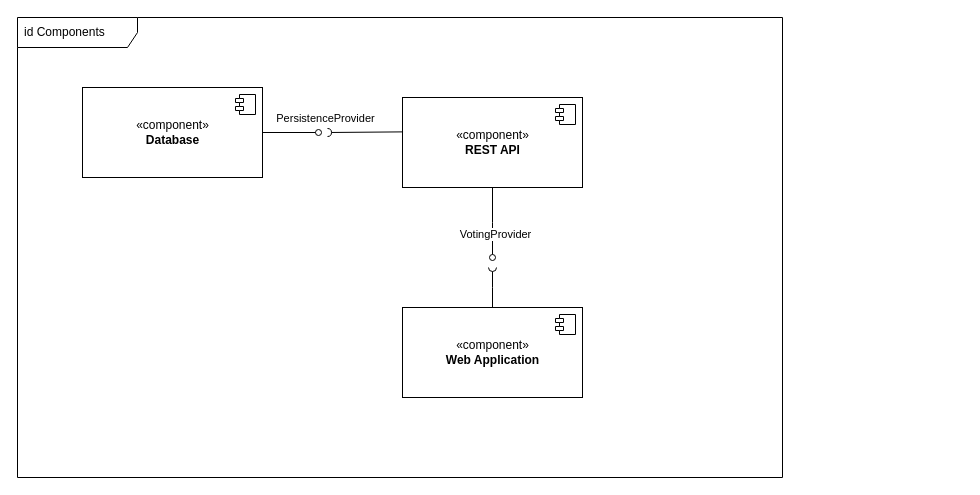
This is docs/component.drawio from RillingDev/planning-poker, a draw.io file, before an edit. Source tidied: cells renumbered, new cells numbered last; positions are measured from the earlier drawing's top-left corner, leaving out a move shared by most shapes. Both pictures are drawn from the tidied source at 100%, with x=0, y=0 at pixel (17, 17).
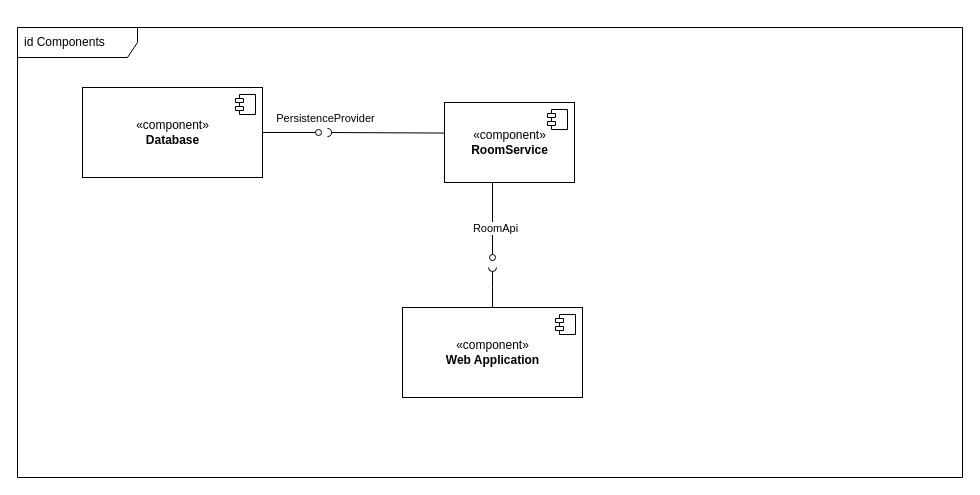
After the change.

Change to the diagram source:
```diff
@@
     <mxCell id="2" value="id Components" style="shape=umlFrame;whiteSpace=wrap;html=1;width=120;height=30;boundedLbl=1;verticalAlign=middle;align=left;spacingLeft=5;" parent="1" vertex="1">
-      <mxGeometry width="765" height="460" as="geometry" />
+      <mxGeometry y="10" width="945" height="450" as="geometry" />
     </mxCell>
@@
     <mxCell id="7" style="edgeStyle=orthogonalEdgeStyle;rounded=0;jettySize=auto;html=1;exitX=0.5;exitY=1;exitDx=0;exitDy=0;endArrow=oval;endFill=0;" parent="1" edge="1" source="9">
       <mxGeometry relative="1" as="geometry">
         <mxPoint x="475" y="240" as="targetPoint" />
+        <Array as="points">
+          <mxPoint x="475" y="165" />
+        </Array>
       </mxGeometry>
     </mxCell>
-    <mxCell id="8" value="VotingProvider" style="edgeLabel;html=1;align=center;verticalAlign=middle;" parent="7" vertex="1">
+    <mxCell id="8" value="RoomApi" style="edgeLabel;html=1;align=center;verticalAlign=middle;" parent="7" vertex="1">
       <mxGeometry x="0.34" y="2" relative="1" as="geometry" />
     </mxCell>
-    <mxCell id="9" value="«component»&lt;br&gt;&lt;b&gt;REST API&lt;/b&gt;" style="html=1;" parent="1" vertex="1">
-      <mxGeometry x="385" y="80" width="180" height="90" as="geometry" />
+    <mxCell id="9" value="«component»&lt;br&gt;&lt;b&gt;RoomService&lt;/b&gt;" style="html=1;" parent="1" vertex="1">
+      <mxGeometry x="427" y="85" width="130" height="80" as="geometry" />
     </mxCell>
```
